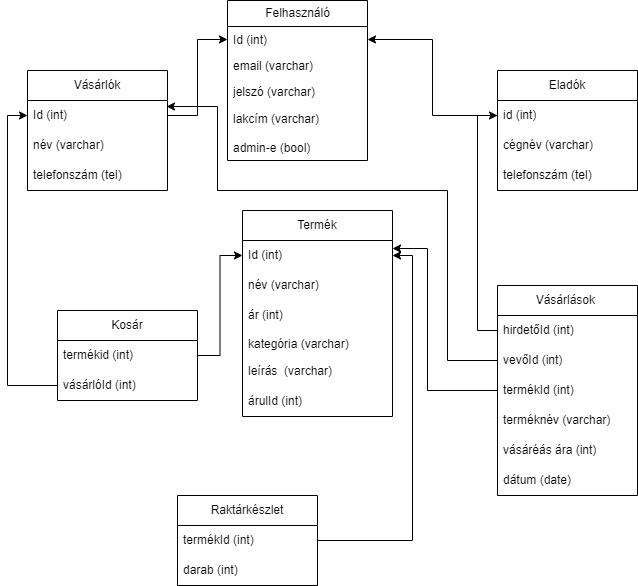
Above: adatbazisterv.drawio.png in NoSignificantFrustration/RF1 (draw.io), before the change. Source tidied: cells renumbered, new cells last; positions are measured from the earlier drawing's top-left corner, leaving out a move shared by most shapes.
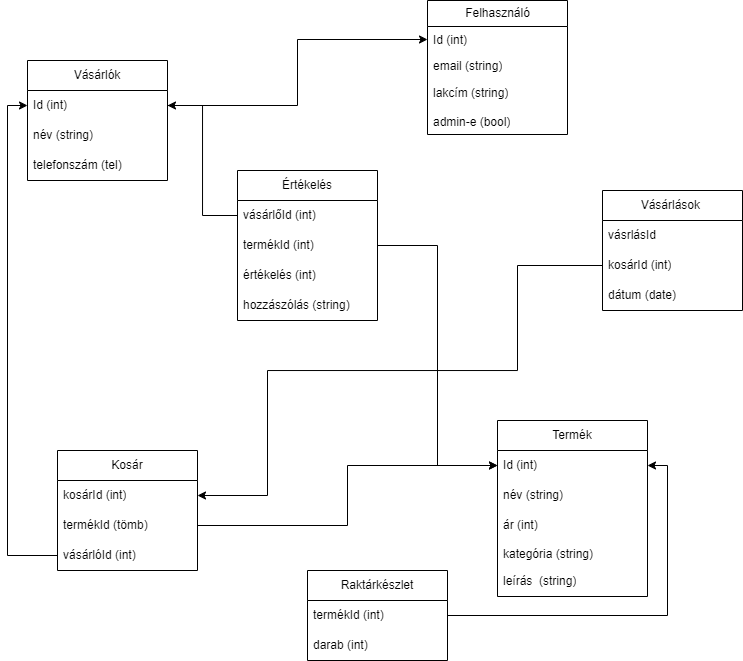
Above is the later version.

Diff of the diagram source:
```diff
@@ -3,88 +3,76 @@
     <mxCell id="0" />
     <mxCell id="1" parent="0" />
     <mxCell id="2" value="Termék" style="swimlane;fontStyle=0;horizontal=1;startSize=30;whiteSpace=wrap;html=1;" parent="1" vertex="1">
-      <mxGeometry x="215" y="210" width="150" height="206" as="geometry" />
+      <mxGeometry x="470" y="450" width="150" height="176" as="geometry" />
     </mxCell>
     <mxCell id="3" value="Id (int)" style="text;strokeColor=none;fillColor=none;align=left;verticalAlign=middle;spacingLeft=4;spacingRight=4;overflow=hidden;points=[[0,0.5],[1,0.5]];portConstraint=eastwest;whiteSpace=wrap;html=1;" parent="2" vertex="1">
       <mxGeometry y="30" width="150" height="30" as="geometry" />
     </mxCell>
-    <mxCell id="4" value="név (varchar)" style="text;strokeColor=none;fillColor=none;align=left;verticalAlign=middle;spacingLeft=4;spacingRight=4;overflow=hidden;whiteSpace=wrap;html=1;" parent="2" vertex="1">
+    <mxCell id="4" value="név (string)" style="text;strokeColor=none;fillColor=none;align=left;verticalAlign=middle;spacingLeft=4;spacingRight=4;overflow=hidden;whiteSpace=wrap;html=1;" parent="2" vertex="1">
       <mxGeometry y="60" width="150" height="30" as="geometry" />
     </mxCell>
     <mxCell id="5" value="ár (int)" style="text;strokeColor=none;fillColor=none;align=left;verticalAlign=middle;spacingLeft=4;spacingRight=4;overflow=hidden;whiteSpace=wrap;html=1;" parent="2" vertex="1">
       <mxGeometry y="90" width="150" height="30" as="geometry" />
     </mxCell>
-    <mxCell id="6" value="kategória (varchar)" style="text;strokeColor=none;fillColor=none;align=left;verticalAlign=top;spacingLeft=4;spacingRight=4;overflow=hidden;whiteSpace=wrap;html=1;" parent="2" vertex="1">
+    <mxCell id="6" value="kategória (string)" style="text;strokeColor=none;fillColor=none;align=left;verticalAlign=top;spacingLeft=4;spacingRight=4;overflow=hidden;whiteSpace=wrap;html=1;" parent="2" vertex="1">
       <mxGeometry y="120" width="150" height="26" as="geometry" />
     </mxCell>
-    <mxCell id="7" value="leírás&amp;nbsp; (varchar)" style="text;strokeColor=none;fillColor=none;align=left;verticalAlign=middle;spacingLeft=4;spacingRight=4;overflow=hidden;whiteSpace=wrap;html=1;" parent="2" vertex="1">
+    <mxCell id="7" value="leírás&amp;nbsp; (string)" style="text;strokeColor=none;fillColor=none;align=left;verticalAlign=middle;spacingLeft=4;spacingRight=4;overflow=hidden;whiteSpace=wrap;html=1;" parent="2" vertex="1">
       <mxGeometry y="146" width="150" height="30" as="geometry" />
     </mxCell>
-    <mxCell id="8" value="árulId (int)" style="text;strokeColor=none;fillColor=none;align=left;verticalAlign=middle;spacingLeft=4;spacingRight=4;overflow=hidden;whiteSpace=wrap;html=1;" parent="2" vertex="1">
-      <mxGeometry y="176" width="150" height="30" as="geometry" />
-    </mxCell>
     <mxCell id="9" value="Felhasználó" style="swimlane;fontStyle=0;horizontal=1;startSize=26;fillColor=none;html=1;" parent="1" vertex="1">
-      <mxGeometry x="200" width="140" height="160" as="geometry" />
+      <mxGeometry x="400" y="30" width="140" height="134" as="geometry" />
     </mxCell>
     <mxCell id="10" value="Id (int)" style="text;strokeColor=none;fillColor=none;align=left;verticalAlign=top;spacingLeft=4;spacingRight=4;overflow=hidden;points=[[0,0.5],[1,0.5]];portConstraint=eastwest;whiteSpace=wrap;html=1;" parent="9" vertex="1">
       <mxGeometry y="26" width="140" height="26" as="geometry" />
     </mxCell>
-    <mxCell id="11" value="email (varchar)" style="text;strokeColor=none;fillColor=none;align=left;verticalAlign=top;spacingLeft=4;spacingRight=4;overflow=hidden;whiteSpace=wrap;html=1;" parent="9" vertex="1">
+    <mxCell id="11" value="email (string)" style="text;strokeColor=none;fillColor=none;align=left;verticalAlign=top;spacingLeft=4;spacingRight=4;overflow=hidden;whiteSpace=wrap;html=1;" parent="9" vertex="1">
       <mxGeometry y="52" width="140" height="26" as="geometry" />
     </mxCell>
-    <mxCell id="12" value="jelszó (varchar)" style="text;strokeColor=none;fillColor=none;align=left;verticalAlign=top;spacingLeft=4;spacingRight=4;overflow=hidden;whiteSpace=wrap;html=1;" parent="9" vertex="1">
-      <mxGeometry y="78" width="140" height="26" as="geometry" />
-    </mxCell>
-    <mxCell id="13" value="lakcím (varchar)" style="text;strokeColor=none;fillColor=none;align=left;verticalAlign=middle;spacingLeft=4;spacingRight=4;overflow=hidden;whiteSpace=wrap;html=1;" parent="9" vertex="1">
-      <mxGeometry y="104" width="140" height="30" as="geometry" />
+    <mxCell id="13" value="lakcím (string)" style="text;strokeColor=none;fillColor=none;align=left;verticalAlign=middle;spacingLeft=4;spacingRight=4;overflow=hidden;whiteSpace=wrap;html=1;" parent="9" vertex="1">
+      <mxGeometry y="78" width="140" height="30" as="geometry" />
     </mxCell>
     <mxCell id="14" value="admin-e (bool)" style="text;strokeColor=none;fillColor=none;align=left;verticalAlign=top;spacingLeft=4;spacingRight=4;overflow=hidden;whiteSpace=wrap;html=1;" parent="9" vertex="1">
-      <mxGeometry y="134" width="140" height="26" as="geometry" />
+      <mxGeometry y="108" width="140" height="26" as="geometry" />
     </mxCell>
     <mxCell id="15" value="Vásárlók" style="swimlane;fontStyle=0;horizontal=1;startSize=30;whiteSpace=wrap;html=1;" parent="1" vertex="1">
-      <mxGeometry y="70" width="140" height="120" as="geometry" />
+      <mxGeometry y="90" width="140" height="120" as="geometry" />
     </mxCell>
     <mxCell id="16" value="Id (int)" style="text;strokeColor=none;fillColor=none;align=left;verticalAlign=middle;spacingLeft=4;spacingRight=4;overflow=hidden;points=[[0,0.5],[1,0.5]];portConstraint=eastwest;whiteSpace=wrap;html=1;" parent="15" vertex="1">
       <mxGeometry y="30" width="140" height="30" as="geometry" />
     </mxCell>
-    <mxCell id="17" value="név (varchar)" style="text;strokeColor=none;fillColor=none;align=left;verticalAlign=middle;spacingLeft=4;spacingRight=4;overflow=hidden;whiteSpace=wrap;html=1;" parent="15" vertex="1">
+    <mxCell id="17" value="név (string)" style="text;strokeColor=none;fillColor=none;align=left;verticalAlign=middle;spacingLeft=4;spacingRight=4;overflow=hidden;whiteSpace=wrap;html=1;" parent="15" vertex="1">
       <mxGeometry y="60" width="140" height="30" as="geometry" />
     </mxCell>
     <mxCell id="18" value="telefonszám (tel)" style="text;strokeColor=none;fillColor=none;align=left;verticalAlign=middle;spacingLeft=4;spacingRight=4;overflow=hidden;whiteSpace=wrap;html=1;" parent="15" vertex="1">
       <mxGeometry y="90" width="140" height="30" as="geometry" />
     </mxCell>
     <mxCell id="19" value="Kosár" style="swimlane;fontStyle=0;horizontal=1;startSize=30;whiteSpace=wrap;html=1;" parent="1" vertex="1">
-      <mxGeometry x="30" y="310" width="140" height="90" as="geometry" />
+      <mxGeometry x="30" y="480" width="140" height="120" as="geometry" />
     </mxCell>
+    <mxCell id="44" value="kosárId (int)" style="text;strokeColor=none;fillColor=none;align=left;verticalAlign=middle;spacingLeft=4;spacingRight=4;overflow=hidden;points=[[0,0.5],[1,0.5]];portConstraint=eastwest;whiteSpace=wrap;html=1;" parent="19" vertex="1">
+      <mxGeometry y="30" width="140" height="30" as="geometry" />
+    </mxCell>
-    <mxCell id="20" value="termékid (int)" style="text;strokeColor=none;fillColor=none;align=left;verticalAlign=middle;spacingLeft=4;spacingRight=4;overflow=hidden;points=[[0,0.5],[1,0.5]];portConstraint=eastwest;whiteSpace=wrap;html=1;" parent="19" vertex="1">
-      <mxGeometry y="30" width="140" height="30" as="geometry" />
+    <mxCell id="20" value="termékId (tömb)" style="text;strokeColor=none;fillColor=none;align=left;verticalAlign=middle;spacingLeft=4;spacingRight=4;overflow=hidden;points=[[0,0.5],[1,0.5]];portConstraint=eastwest;whiteSpace=wrap;html=1;" parent="19" vertex="1">
+      <mxGeometry y="60" width="140" height="30" as="geometry" />
     </mxCell>
     <mxCell id="21" value="vásárlóId (int)" style="text;strokeColor=none;fillColor=none;align=left;verticalAlign=middle;spacingLeft=4;spacingRight=4;overflow=hidden;points=[[0,0.5],[1,0.5]];portConstraint=eastwest;whiteSpace=wrap;html=1;" parent="19" vertex="1">
-      <mxGeometry y="60" width="140" height="30" as="geometry" />
+      <mxGeometry y="90" width="140" height="30" as="geometry" />
     </mxCell>
     <mxCell id="22" value="Vásárlások&amp;nbsp;" style="swimlane;fontStyle=0;horizontal=1;startSize=30;whiteSpace=wrap;html=1;" parent="1" vertex="1">
-      <mxGeometry x="470" y="285" width="140" height="210" as="geometry" />
+      <mxGeometry x="575" y="220" width="140" height="120" as="geometry" />
     </mxCell>
-    <mxCell id="23" value="hirdetőId (int)" style="text;strokeColor=none;fillColor=none;align=left;verticalAlign=middle;spacingLeft=4;spacingRight=4;overflow=hidden;points=[[0,0.5],[1,0.5]];portConstraint=eastwest;whiteSpace=wrap;html=1;" parent="22" vertex="1">
-      <mxGeometry y="30" width="140" height="30" as="geometry" />
-    </mxCell>
-    <mxCell id="24" value="vevőId (int)" style="text;strokeColor=none;fillColor=none;align=left;verticalAlign=middle;spacingLeft=4;spacingRight=4;overflow=hidden;points=[[0,0.5],[1,0.5]];portConstraint=eastwest;whiteSpace=wrap;html=1;" parent="22" vertex="1">
-      <mxGeometry y="60" width="140" height="30" as="geometry" />
-    </mxCell>
+    <mxCell id="45" value="vásrlásId" style="text;strokeColor=none;fillColor=none;align=left;verticalAlign=middle;spacingLeft=4;spacingRight=4;overflow=hidden;whiteSpace=wrap;html=1;" parent="22" vertex="1">
+      <mxGeometry y="30" width="140" height="30" as="geometry" />
+    </mxCell>
-    <mxCell id="25" value="termékId (int)" style="text;strokeColor=none;fillColor=none;align=left;verticalAlign=middle;spacingLeft=4;spacingRight=4;overflow=hidden;points=[[0,0.5],[1,0.5]];portConstraint=eastwest;whiteSpace=wrap;html=1;" parent="22" vertex="1">
-      <mxGeometry y="90" width="140" height="30" as="geometry" />
+    <mxCell id="25" value="kosárId (int)" style="text;strokeColor=none;fillColor=none;align=left;verticalAlign=middle;spacingLeft=4;spacingRight=4;overflow=hidden;points=[[0,0.5],[1,0.5]];portConstraint=eastwest;whiteSpace=wrap;html=1;" parent="22" vertex="1">
+      <mxGeometry y="60" width="140" height="30" as="geometry" />
     </mxCell>
-    <mxCell id="26" value="terméknév (varchar)" style="text;strokeColor=none;fillColor=none;align=left;verticalAlign=middle;spacingLeft=4;spacingRight=4;overflow=hidden;whiteSpace=wrap;html=1;" parent="22" vertex="1">
-      <mxGeometry y="120" width="140" height="30" as="geometry" />
-    </mxCell>
-    <mxCell id="27" value="vásáréás ára (int)" style="text;strokeColor=none;fillColor=none;align=left;verticalAlign=middle;spacingLeft=4;spacingRight=4;overflow=hidden;whiteSpace=wrap;html=1;" parent="22" vertex="1">
-      <mxGeometry y="150" width="140" height="30" as="geometry" />
-    </mxCell>
     <mxCell id="28" value="dátum (date)" style="text;strokeColor=none;fillColor=none;align=left;verticalAlign=middle;spacingLeft=4;spacingRight=4;overflow=hidden;whiteSpace=wrap;html=1;" parent="22" vertex="1">
-      <mxGeometry y="180" width="140" height="30" as="geometry" />
+      <mxGeometry y="90" width="140" height="30" as="geometry" />
     </mxCell>
     <mxCell id="29" value="Raktárkészlet" style="swimlane;fontStyle=0;horizontal=1;startSize=30;whiteSpace=wrap;html=1;" parent="1" vertex="1">
-      <mxGeometry x="150" y="495" width="140" height="90" as="geometry" />
+      <mxGeometry x="280" y="600" width="140" height="90" as="geometry" />
     </mxCell>
     <mxCell id="30" value="termékId (int)" style="text;strokeColor=none;fillColor=none;align=left;verticalAlign=middle;spacingLeft=4;spacingRight=4;overflow=hidden;points=[[0,0.5],[1,0.5]];portConstraint=eastwest;whiteSpace=wrap;html=1;" parent="29" vertex="1">
       <mxGeometry y="30" width="140" height="30" as="geometry" />
@@ -92,53 +80,48 @@
     <mxCell id="31" value="darab (int)" style="text;strokeColor=none;fillColor=none;align=left;verticalAlign=middle;spacingLeft=4;spacingRight=4;overflow=hidden;whiteSpace=wrap;html=1;" parent="29" vertex="1">
       <mxGeometry y="60" width="140" height="30" as="geometry" />
     </mxCell>
-    <mxCell id="32" value="Eladók" style="swimlane;fontStyle=0;horizontal=1;startSize=30;whiteSpace=wrap;html=1;" parent="1" vertex="1">
-      <mxGeometry x="470" y="70" width="140" height="120" as="geometry" />
-    </mxCell>
-    <mxCell id="33" value="id (int)" style="text;strokeColor=none;fillColor=none;align=left;verticalAlign=middle;spacingLeft=4;spacingRight=4;overflow=hidden;points=[[0,0.5],[1,0.5]];portConstraint=eastwest;whiteSpace=wrap;html=1;" parent="32" vertex="1">
-      <mxGeometry y="30" width="140" height="30" as="geometry" />
-    </mxCell>
-    <mxCell id="34" value="cégnév (varchar)" style="text;strokeColor=none;fillColor=none;align=left;verticalAlign=middle;spacingLeft=4;spacingRight=4;overflow=hidden;whiteSpace=wrap;html=1;" parent="32" vertex="1">
-      <mxGeometry y="60" width="140" height="30" as="geometry" />
-    </mxCell>
-    <mxCell id="35" value="telefonszám (tel)" style="text;strokeColor=none;fillColor=none;align=left;verticalAlign=middle;spacingLeft=4;spacingRight=4;overflow=hidden;whiteSpace=wrap;html=1;" parent="32" vertex="1">
-      <mxGeometry y="90" width="140" height="30" as="geometry" />
-    </mxCell>
     <mxCell id="36" style="edgeStyle=orthogonalEdgeStyle;rounded=0;jettySize=auto;html=1;entryX=0;entryY=0.5;entryDx=0;entryDy=0;" parent="1" edge="1" source="16" target="10">
       <mxGeometry relative="1" as="geometry" />
     </mxCell>
-    <mxCell id="37" style="edgeStyle=orthogonalEdgeStyle;rounded=0;jettySize=auto;html=1;entryX=1;entryY=0.5;entryDx=0;entryDy=0;" parent="1" edge="1" source="33" target="10">
-      <mxGeometry relative="1" as="geometry" />
-    </mxCell>
     <mxCell id="38" style="edgeStyle=orthogonalEdgeStyle;rounded=0;jettySize=auto;html=1;entryX=0;entryY=0.5;entryDx=0;entryDy=0;" parent="1" edge="1" source="21" target="16">
       <mxGeometry relative="1" as="geometry" />
     </mxCell>
+    <mxCell id="40" style="edgeStyle=orthogonalEdgeStyle;rounded=0;jettySize=auto;html=1;entryX=1;entryY=0.5;entryDx=0;entryDy=0;" parent="1" edge="1" source="30" target="3">
+      <mxGeometry relative="1" as="geometry" />
+    </mxCell>
+    <mxCell id="46" value="Értékelés" style="swimlane;fontStyle=0;horizontal=1;startSize=30;whiteSpace=wrap;html=1;" parent="1" vertex="1">
+      <mxGeometry x="210" y="200" width="140" height="150" as="geometry" />
+    </mxCell>
+    <mxCell id="47" value="vásárlőId (int)" style="text;strokeColor=none;fillColor=none;align=left;verticalAlign=middle;spacingLeft=4;spacingRight=4;overflow=hidden;points=[[0,0.5],[1,0.5]];portConstraint=eastwest;whiteSpace=wrap;html=1;" parent="46" vertex="1">
+      <mxGeometry y="30" width="140" height="30" as="geometry" />
+    </mxCell>
+    <mxCell id="48" value="termékId (int)" style="text;strokeColor=none;fillColor=none;align=left;verticalAlign=middle;spacingLeft=4;spacingRight=4;overflow=hidden;points=[[0,0.5],[1,0.5]];portConstraint=eastwest;whiteSpace=wrap;html=1;" parent="46" vertex="1">
+      <mxGeometry y="60" width="140" height="30" as="geometry" />
+    </mxCell>
+    <mxCell id="49" value="értékelés (int)" style="text;strokeColor=none;fillColor=none;align=left;verticalAlign=middle;spacingLeft=4;spacingRight=4;overflow=hidden;whiteSpace=wrap;html=1;" parent="46" vertex="1">
+      <mxGeometry y="90" width="140" height="30" as="geometry" />
+    </mxCell>
+    <mxCell id="50" value="hozzászólás (string)" style="text;strokeColor=none;fillColor=none;align=left;verticalAlign=middle;spacingLeft=4;spacingRight=4;overflow=hidden;whiteSpace=wrap;html=1;" parent="46" vertex="1">
+      <mxGeometry y="120" width="140" height="30" as="geometry" />
+    </mxCell>
+    <mxCell id="51" style="edgeStyle=orthogonalEdgeStyle;rounded=0;jettySize=auto;html=1;" parent="1" edge="1" source="47" target="16">
+      <mxGeometry relative="1" as="geometry" />
+    </mxCell>
+    <mxCell id="52" style="edgeStyle=orthogonalEdgeStyle;rounded=0;jettySize=auto;html=1;" parent="1" edge="1" source="48" target="3">
+      <mxGeometry relative="1" as="geometry" />
+    </mxCell>
+    <mxCell id="53" style="edgeStyle=orthogonalEdgeStyle;rounded=0;jettySize=auto;html=1;entryX=1;entryY=0.5;entryDx=0;entryDy=0;" parent="1" edge="1" source="25" target="44">
+      <mxGeometry relative="1" as="geometry">
+        <Array as="points">
+          <mxPoint x="490" y="295" />
+          <mxPoint x="490" y="400" />
+          <mxPoint x="240" y="400" />
+          <mxPoint x="240" y="525" />
+        </Array>
+      </mxGeometry>
+    </mxCell>
-    <mxCell id="39" style="edgeStyle=orthogonalEdgeStyle;rounded=0;jettySize=auto;html=1;entryX=0;entryY=0.5;entryDx=0;entryDy=0;" parent="1" edge="1" source="20" target="3">
+    <mxCell id="39" style="edgeStyle=orthogonalEdgeStyle;rounded=0;jettySize=auto;html=1;" parent="1" edge="1" source="20" target="3">
       <mxGeometry relative="1" as="geometry" />
     </mxCell>
-    <mxCell id="40" style="edgeStyle=orthogonalEdgeStyle;rounded=0;jettySize=auto;html=1;entryX=1;entryY=0.5;entryDx=0;entryDy=0;" parent="1" edge="1" source="30" target="3">
-      <mxGeometry relative="1" as="geometry" />
-    </mxCell>
-    <mxCell id="41" style="edgeStyle=orthogonalEdgeStyle;rounded=0;jettySize=auto;html=1;entryX=0;entryY=0.5;entryDx=0;entryDy=0;" parent="1" edge="1" source="23" target="33">
-      <mxGeometry relative="1" as="geometry" />
-    </mxCell>
-    <mxCell id="42" style="edgeStyle=orthogonalEdgeStyle;rounded=0;jettySize=auto;html=1;entryX=0.993;entryY=0.2;entryDx=0;entryDy=0;entryPerimeter=0;" parent="1" edge="1" source="24" target="16">
-      <mxGeometry relative="1" as="geometry">
-        <Array as="points">
-          <mxPoint x="420" y="360" />
-          <mxPoint x="420" y="190" />
-          <mxPoint x="190" y="190" />
-          <mxPoint x="190" y="106" />
-        </Array>
-      </mxGeometry>
-    </mxCell>
-    <mxCell id="43" style="edgeStyle=orthogonalEdgeStyle;rounded=0;jettySize=auto;html=1;" parent="1" edge="1" source="25" target="3">
-      <mxGeometry relative="1" as="geometry">
-        <Array as="points">
-          <mxPoint x="400" y="390" />
-          <mxPoint x="400" y="248" />
-        </Array>
-      </mxGeometry>
-    </mxCell>
   </root>
 </mxGraphModel>
```
